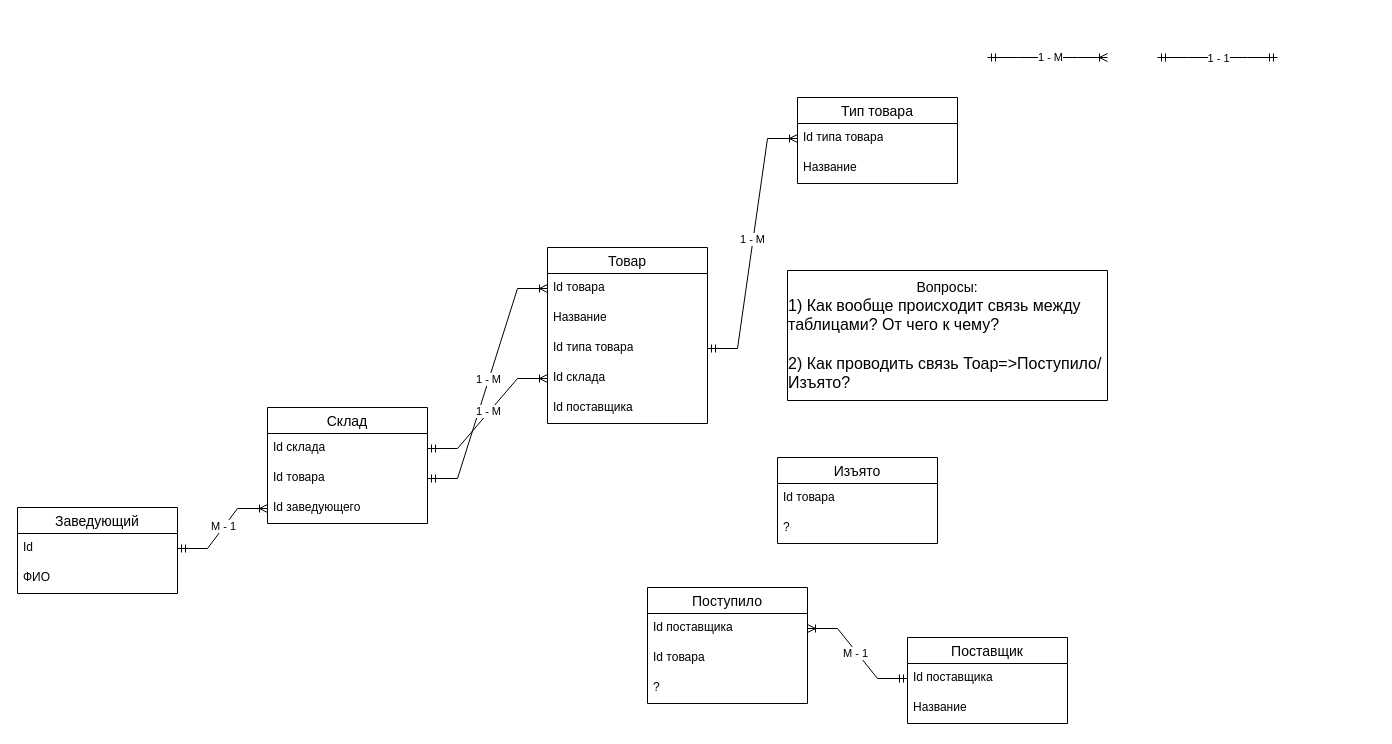
Aazmandiuc/MDK_01.01 keeps this draw.io diagram as БД для IAS.drawio. Above is the earlier version. Source tidied: cells renumbered, new cells numbered last; positions are measured from the earlier drawing's top-left corner, leaving out a move shared by most shapes. Both pictures are drawn from the tidied source at 100%, with x=0, y=0 at pixel (17, 57).
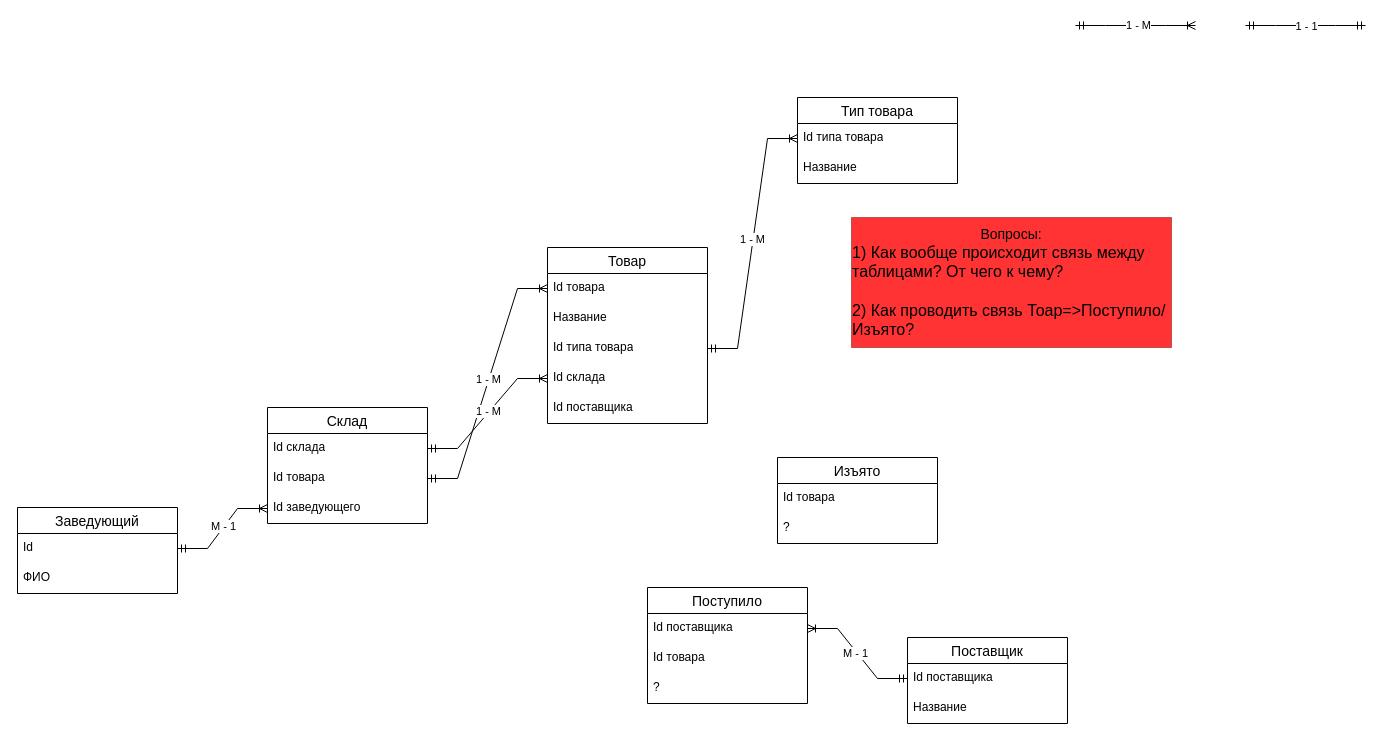
Above is the later version.

Change to the diagram source:
```diff
@@
-    <mxCell id="2" value="&lt;div style=&quot;&quot;&gt;&lt;span style=&quot;background-color: initial;&quot;&gt;&lt;font style=&quot;font-size: 14px;&quot;&gt;Вопросы:&lt;/font&gt;&lt;/span&gt;&lt;/div&gt;&lt;div style=&quot;text-align: left;&quot;&gt;&lt;span style=&quot;background-color: initial;&quot;&gt;&lt;font size=&quot;3&quot;&gt;1) Как вообще происходит связь между таблицами? От чего к чему?&lt;/font&gt;&lt;/span&gt;&lt;/div&gt;&lt;div style=&quot;text-align: left;&quot;&gt;&lt;span style=&quot;background-color: initial;&quot;&gt;&lt;font size=&quot;3&quot;&gt;&lt;br&gt;&lt;/font&gt;&lt;/span&gt;&lt;/div&gt;&lt;div style=&quot;text-align: left;&quot;&gt;&lt;span style=&quot;background-color: initial;&quot;&gt;&lt;font size=&quot;3&quot;&gt;2) Как проводить связь Тоар=&amp;gt;Поступило/Изъято?&lt;/font&gt;&lt;/span&gt;&lt;/div&gt;" style="shape=note;size=0;whiteSpace=wrap;html=1;align=center;" parent="1" vertex="1">
-      <mxGeometry x="770" y="213" width="320" height="130" as="geometry" />
+    <mxCell id="2" value="&lt;div style=&quot;&quot;&gt;&lt;span style=&quot;background-color: initial;&quot;&gt;&lt;font style=&quot;font-size: 14px;&quot;&gt;Вопросы:&lt;/font&gt;&lt;/span&gt;&lt;/div&gt;&lt;div style=&quot;text-align: left;&quot;&gt;&lt;span style=&quot;background-color: initial;&quot;&gt;&lt;font size=&quot;3&quot;&gt;1) Как вообще происходит связь между таблицами? От чего к чему?&lt;/font&gt;&lt;/span&gt;&lt;/div&gt;&lt;div style=&quot;text-align: left;&quot;&gt;&lt;span style=&quot;background-color: initial;&quot;&gt;&lt;font size=&quot;3&quot;&gt;&lt;br&gt;&lt;/font&gt;&lt;/span&gt;&lt;/div&gt;&lt;div style=&quot;text-align: left;&quot;&gt;&lt;span style=&quot;background-color: initial;&quot;&gt;&lt;font size=&quot;3&quot;&gt;2) Как проводить связь Тоар=&amp;gt;Поступило/Изъято?&lt;/font&gt;&lt;/span&gt;&lt;/div&gt;" style="shape=note;size=0;whiteSpace=wrap;html=1;align=center;fillColor=#FF3333;strokeColor=#b85450;" parent="1" vertex="1">
+      <mxGeometry x="834" y="160" width="320" height="130" as="geometry" />
     </mxCell>
@@
     <mxCell id="26" style="edgeStyle=entityRelationEdgeStyle;fontSize=12;html=1;endArrow=ERmandOne;startArrow=ERmandOne;rounded=0;" parent="1" edge="1">
       <mxGeometry relative="1" as="geometry">
-        <mxPoint x="1140" as="sourcePoint" />
-        <mxPoint x="1260" as="targetPoint" />
+        <mxPoint x="1228" y="-32" as="sourcePoint" />
+        <mxPoint x="1348" y="-32" as="targetPoint" />
       </mxGeometry>
     </mxCell>
@@
     <mxCell id="28" style="edgeStyle=entityRelationEdgeStyle;fontSize=12;html=1;endArrow=ERoneToMany;startArrow=ERmandOne;rounded=0;" parent="1" edge="1">
       <mxGeometry relative="1" as="geometry">
-        <mxPoint x="970" as="sourcePoint" />
-        <mxPoint x="1090" as="targetPoint" />
+        <mxPoint x="1058" y="-32" as="sourcePoint" />
+        <mxPoint x="1178" y="-32" as="targetPoint" />
       </mxGeometry>
     </mxCell>
```
